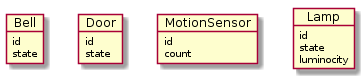
Earlier version of the PlantUML export img/entities.png (FIWARE/tutorials.IoT-Sensors).
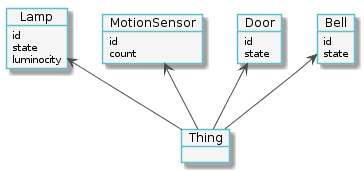
The same file after the commit.

Commit message:
Updating Entity Diagrams

The edit, as a diff of the source:
```diff
@@ -1,13 +1,22 @@
 @startuml
+skinparam object {
+  BackgroundColor #f5f5f5
+  ArrowColor #4c4c4c
+  BorderColor #5dc0cf
+}
+
 object Bell
 
 Bell : id
 Bell : state
 
+
 object Door
 
 Door : id
 Door : state
+
+
 
 object MotionSensor
 
@@ -20,7 +29,11 @@
 Lamp : state
 Lamp : luminocity
 
-Bell -[hidden]> Door
-Door -[hidden]> MotionSensor
-MotionSensor -[hidden]> Lamp
+
+object Thing
+
+Thing -up-> Bell
+Thing -up-> Door
+Thing -up-> MotionSensor
+Thing -up-> Lamp
 @enduml
```
